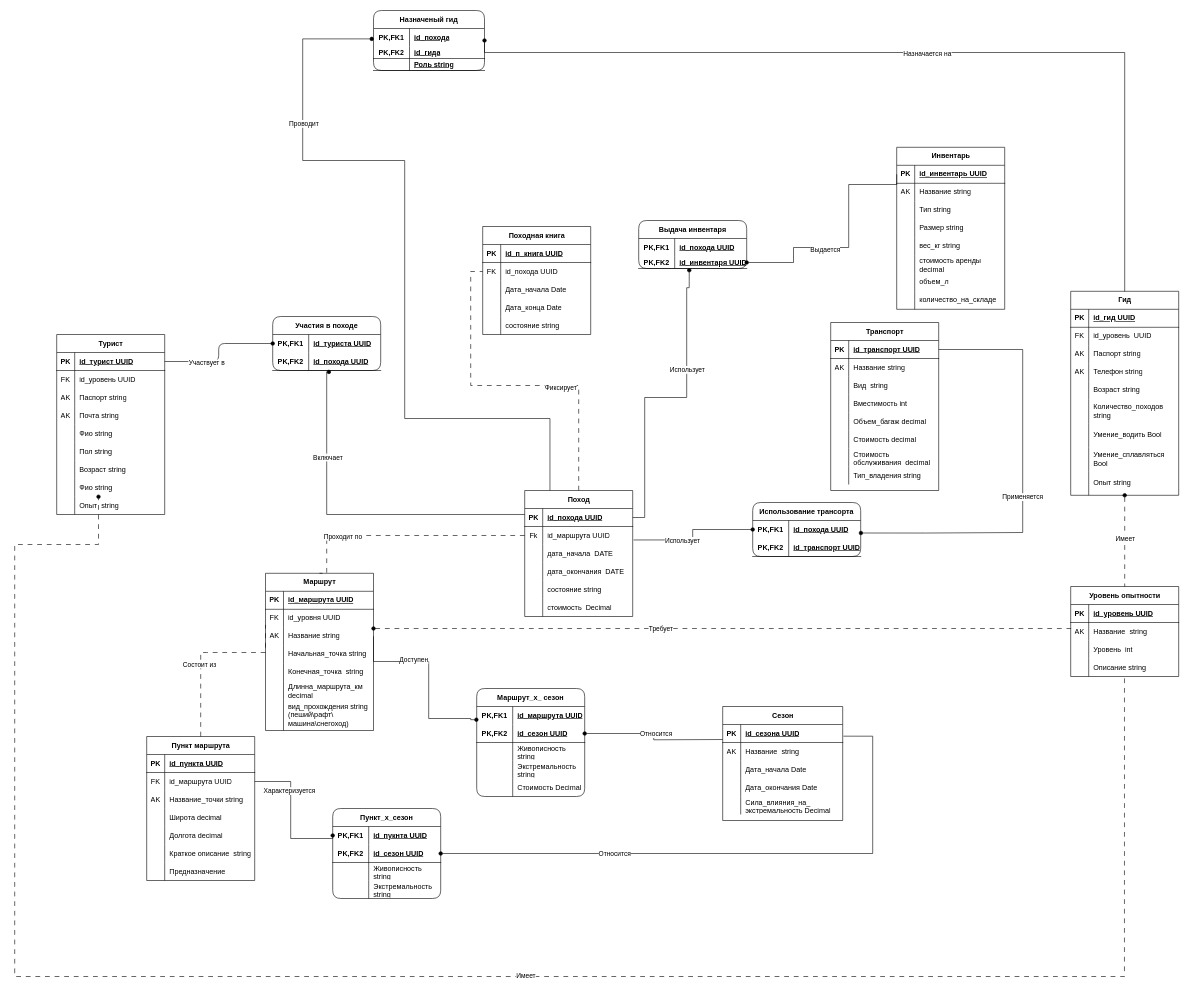
The draw.io diagram FA.drawio in Azilagor/db, before the edit. Source tidied: cells renumbered, new cells numbered last; positions are measured from the earlier drawing's top-left corner, leaving out a move shared by most shapes. Both pictures are drawn from the tidied source at 60%, with x=0, y=0 at pixel (14, 10).
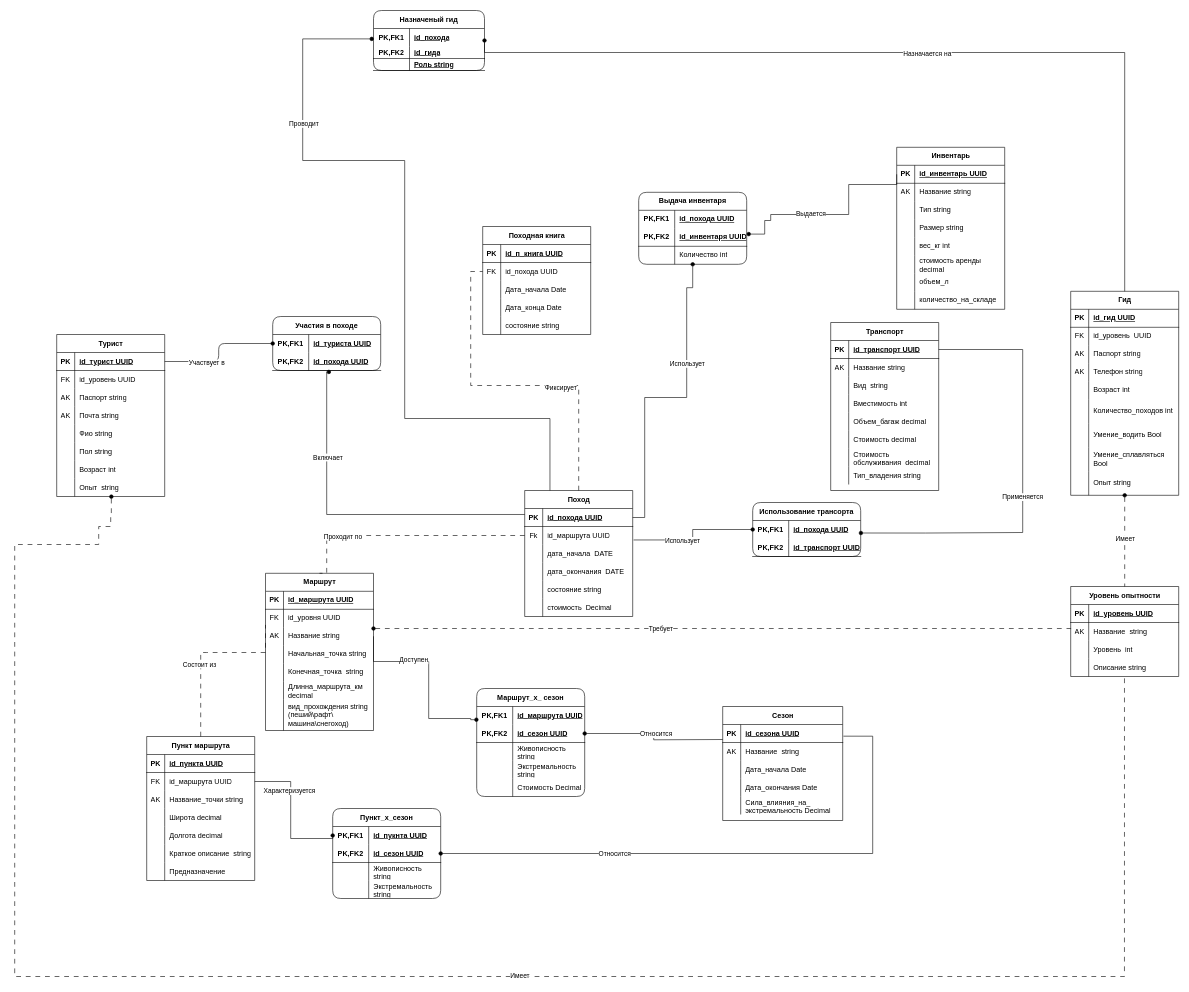
The same page after the edit.

Unchanged cells that the change refers to:
```xml
<mxCell id="3" style="shape=tableRow;horizontal=0;startSize=0;swimlaneHead=0;swimlaneBody=0;fillColor=none;points=[[0,0.5],[1,0.5]];portConstraint=eastwest;top=0;left=0;right=0;bottom=1;" parent="2" vertex="1">
  <mxGeometry y="30" width="180" height="30" as="geometry" />
</mxCell>
<mxCell id="40" style="shape=tableRow;horizontal=0;startSize=0;swimlaneHead=0;swimlaneBody=0;fillColor=none;top=0;left=0;right=0;bottom=0;" parent="21" vertex="1">
  <mxGeometry y="210" width="180" height="30" as="geometry" />
</mxCell>
<mxCell id="59" style="shape=tableRow;horizontal=0;startSize=0;swimlaneHead=0;swimlaneBody=0;fillColor=none;points=[[0,0.5],[1,0.5]];portConstraint=eastwest;top=0;left=0;right=0;bottom=0;" parent="49" vertex="1">
  <mxGeometry y="120" width="180" height="30" as="geometry" />
</mxCell>
<mxCell id="151" style="shape=tableRow;horizontal=0;startSize=0;swimlaneHead=0;swimlaneBody=0;fillColor=none;top=0;left=0;right=0;bottom=0;" parent="138" vertex="1">
  <mxGeometry y="150" width="180" height="30" as="geometry" />
</mxCell>
<mxCell id="154" style="shape=tableRow;horizontal=0;startSize=0;swimlaneHead=0;swimlaneBody=0;fillColor=none;top=0;left=0;right=0;bottom=0;" parent="138" vertex="1">
  <mxGeometry y="180" width="180" height="40" as="geometry" />
</mxCell>
<mxCell id="192" style="shape=tableRow;horizontal=0;startSize=0;swimlaneHead=0;swimlaneBody=0;fillColor=none;points=[[0,0.5],[1,0.5]];portConstraint=eastwest;top=0;left=0;right=0;bottom=1;" parent="191" vertex="1">
  <mxGeometry y="30" width="180" height="30" as="geometry" />
</mxCell>
<mxCell id="204" style="shape=tableRow;horizontal=0;startSize=0;swimlaneHead=0;swimlaneBody=0;fillColor=none;top=0;left=0;right=0;bottom=0;" parent="191" vertex="1">
  <mxGeometry y="150" width="180" height="30" as="geometry" />
</mxCell>
```

What changed in the source:
```diff
@@
     <mxCell id="21" value="Турист" style="shape=table;startSize=30;childLayout=tableLayout;rowLines=0;fontStyle=1;align=center;html=1;rounded=0;" parent="1" vertex="1">
-      <mxGeometry x="70" y="540" width="180" height="300" as="geometry" />
+      <mxGeometry x="70" y="540" width="180" height="270" as="geometry" />
     </mxCell>
@@
-    <mxCell id="42" value="Возраст string" style="shape=partialRectangle;fillColor=none;top=0;left=0;bottom=0;right=0;align=left;spacingLeft=6;overflow=hidden;whiteSpace=wrap;html=1;" parent="40" vertex="1">
+    <mxCell id="42" value="Возраст int" style="shape=partialRectangle;fillColor=none;top=0;left=0;bottom=0;right=0;align=left;spacingLeft=6;overflow=hidden;whiteSpace=wrap;html=1;" parent="40" vertex="1">
       <mxGeometry x="30" width="150" height="30" as="geometry" />
     </mxCell>
-    <mxCell id="43" style="shape=tableRow;horizontal=0;startSize=0;swimlaneHead=0;swimlaneBody=0;fillColor=none;points=[[0,0.5],[1,0.5]];portConstraint=eastwest;top=0;left=0;right=0;bottom=0;" parent="21" vertex="1">
-      <mxGeometry y="240" width="180" height="30" as="geometry" />
-    </mxCell>
-    <mxCell id="44" style="shape=partialRectangle;fillColor=none;top=0;left=0;bottom=0;right=0;overflow=hidden;whiteSpace=wrap;html=1;" parent="43" vertex="1">
-      <mxGeometry width="30" height="30" as="geometry" />
-    </mxCell>
-    <mxCell id="45" value="Фио string" style="shape=partialRectangle;fillColor=none;top=0;left=0;bottom=0;right=0;align=left;spacingLeft=6;overflow=hidden;whiteSpace=wrap;html=1;" parent="43" vertex="1">
-      <mxGeometry x="30" width="150" height="30" as="geometry" />
-    </mxCell>
     <mxCell id="46" style="shape=tableRow;horizontal=0;startSize=0;swimlaneHead=0;swimlaneBody=0;fillColor=none;points=[[0,0.5],[1,0.5]];portConstraint=eastwest;top=0;left=0;right=0;bottom=0;" parent="21" vertex="1">
-      <mxGeometry y="270" width="180" height="30" as="geometry" />
+      <mxGeometry y="240" width="180" height="30" as="geometry" />
     </mxCell>
@@
-    <mxCell id="153" value="Возраст string" style="shape=partialRectangle;fillColor=none;top=0;left=0;bottom=0;right=0;align=left;spacingLeft=6;overflow=hidden;whiteSpace=wrap;html=1;" parent="151" vertex="1">
+    <mxCell id="153" value="Возраст int" style="shape=partialRectangle;fillColor=none;top=0;left=0;bottom=0;right=0;align=left;spacingLeft=6;overflow=hidden;whiteSpace=wrap;html=1;" parent="151" vertex="1">
       <mxGeometry x="30" width="150" height="30" as="geometry" />
     </mxCell>
@@
-    <mxCell id="156" value="Количество_походов string" style="shape=partialRectangle;fillColor=none;top=0;left=0;bottom=0;right=0;align=left;spacingLeft=6;overflow=hidden;whiteSpace=wrap;html=1;" parent="154" vertex="1">
+    <mxCell id="156" value="Количество_походов int" style="shape=partialRectangle;fillColor=none;top=0;left=0;bottom=0;right=0;align=left;spacingLeft=6;overflow=hidden;whiteSpace=wrap;html=1;" parent="154" vertex="1">
       <mxGeometry x="30" width="150" height="40" as="geometry" />
     </mxCell>
@@
-    <mxCell id="206" value="вес_кг string" style="shape=partialRectangle;fillColor=none;top=0;left=0;bottom=0;right=0;align=left;spacingLeft=6;overflow=hidden;whiteSpace=wrap;html=1;" parent="204" vertex="1">
+    <mxCell id="206" value="вес_кг int" style="shape=partialRectangle;fillColor=none;top=0;left=0;bottom=0;right=0;align=left;spacingLeft=6;overflow=hidden;whiteSpace=wrap;html=1;" parent="204" vertex="1">
       <mxGeometry x="30" width="150" height="30" as="geometry" />
     </mxCell>
@@
-    <mxCell id="222" style="edgeStyle=orthogonalEdgeStyle;rounded=0;jettySize=auto;html=1;endArrow=oval;endFill=1;dashed=1;dashPattern=8 8;entryX=0.387;entryY=1.012;entryDx=0;entryDy=0;entryPerimeter=0;exitX=0.498;exitY=1.103;exitDx=0;exitDy=0;exitPerimeter=0;" parent="1" edge="1" source="59" target="43">
+    <mxCell id="222" style="edgeStyle=orthogonalEdgeStyle;rounded=0;jettySize=auto;html=1;endArrow=oval;endFill=1;dashed=1;dashPattern=8 8;exitX=0.498;exitY=1.103;exitDx=0;exitDy=0;exitPerimeter=0;entryX=0.506;entryY=1.008;entryDx=0;entryDy=0;entryPerimeter=0;" parent="1" edge="1" source="59" target="46">
       <mxGeometry relative="1" as="geometry">
         <Array as="points">
           <mxPoint x="1850" y="1610" />
           <mxPoint y="1610" />
           <mxPoint y="890" />
           <mxPoint x="140" y="890" />
+          <mxPoint x="140" y="860" />
+          <mxPoint x="160" y="860" />
+          <mxPoint x="160" y="843" />
+          <mxPoint x="161" y="843" />
         </Array>
       </mxGeometry>
     </mxCell>
@@
-    <mxCell id="230" style="edgeStyle=orthogonalEdgeStyle;rounded=0;jettySize=auto;html=1;entryX=1;entryY=0.5;entryDx=0;entryDy=0;endArrow=none;endFill=0;startArrow=oval;startFill=1;exitX=0.468;exitY=1.145;exitDx=0;exitDy=0;exitPerimeter=0;" parent="1" edge="1" source="263" target="3">
+    <mxCell id="230" style="edgeStyle=orthogonalEdgeStyle;rounded=0;jettySize=auto;html=1;entryX=1;entryY=0.5;entryDx=0;entryDy=0;endArrow=none;endFill=0;startArrow=oval;startFill=1;exitX=0.5;exitY=1;exitDx=0;exitDy=0;" parent="1" edge="1" source="259" target="3">
       <mxGeometry relative="1" as="geometry">
         <Array as="points">
-          <mxPoint x="1124" y="462" />
+          <mxPoint x="1130" y="462" />
           <mxPoint x="1120" y="462" />
           <mxPoint x="1120" y="645" />
           <mxPoint x="1050" y="645" />
           <mxPoint x="1050" y="845" />
         </Array>
       </mxGeometry>
     </mxCell>
@@
-    <mxCell id="246" style="edgeStyle=orthogonalEdgeStyle;rounded=0;jettySize=auto;html=1;startArrow=none;startFill=0;endArrow=oval;endFill=1;exitX=0;exitY=0.5;exitDx=0;exitDy=0;entryX=1;entryY=0.5;entryDx=0;entryDy=0;" parent="1" edge="1" source="192" target="263">
+    <mxCell id="246" style="edgeStyle=orthogonalEdgeStyle;rounded=0;jettySize=auto;html=1;startArrow=none;startFill=0;endArrow=oval;endFill=1;exitX=0;exitY=0.5;exitDx=0;exitDy=0;entryX=1.019;entryY=0.322;entryDx=0;entryDy=0;entryPerimeter=0;" parent="1" edge="1" source="192" target="312">
       <mxGeometry relative="1" as="geometry">
         <Array as="points">
+          <mxPoint x="1470" y="290" />
           <mxPoint x="1390" y="290" />
-          <mxPoint x="1390" y="395" />
-          <mxPoint x="1298" y="395" />
-          <mxPoint x="1298" y="420" />
+          <mxPoint x="1390" y="340" />
+          <mxPoint x="1260" y="340" />
+          <mxPoint x="1260" y="350" />
+          <mxPoint x="1250" y="350" />
+          <mxPoint x="1250" y="373" />
         </Array>
       </mxGeometry>
     </mxCell>
     <mxCell id="247" value="Выдается" style="edgeLabel;html=1;align=center;verticalAlign=middle;" parent="246" vertex="1">
-      <mxGeometry x="0.22" y="3" relative="1" as="geometry" />
+      <mxGeometry x="0.22" y="3" relative="1" as="geometry">
+        <mxPoint y="-5" as="offset" />
+      </mxGeometry>
     </mxCell>
@@
-    <mxCell id="259" value="Выдача инвентаря" style="shape=table;startSize=30;childLayout=tableLayout;rowLines=0;fontStyle=1;align=center;html=1;whiteSpace=wrap;rounded=1;" parent="1" vertex="1">
-      <mxGeometry x="1040" y="350" width="180" height="80" as="geometry" />
-    </mxCell>
-    <mxCell id="260" style="shape=tableRow;horizontal=0;startSize=0;swimlaneHead=0;swimlaneBody=0;fillColor=none;top=0;left=0;right=0;bottom=0;html=1;" parent="259" vertex="1">
-      <mxGeometry y="30" width="180" height="30" as="geometry" />
-    </mxCell>
-    <mxCell id="261" value="PK,FK1" style="shape=partialRectangle;fillColor=none;top=0;left=0;bottom=0;right=0;fontStyle=1;overflow=hidden;html=1;whiteSpace=wrap;" parent="260" vertex="1">
-      <mxGeometry width="60" height="30" as="geometry" />
-    </mxCell>
-    <mxCell id="262" value="id_похода&amp;nbsp;UUID" style="shape=partialRectangle;fillColor=none;top=0;left=0;bottom=0;right=0;align=left;spacingLeft=6;fontStyle=5;overflow=hidden;html=1;whiteSpace=wrap;" parent="260" vertex="1">
-      <mxGeometry x="60" width="120" height="30" as="geometry" />
-    </mxCell>
-    <mxCell id="263" style="shape=tableRow;horizontal=0;startSize=0;swimlaneHead=0;swimlaneBody=0;fillColor=none;points=[[0,0.5],[1,0.5]];portConstraint=eastwest;top=0;left=0;right=0;bottom=1;html=1;" parent="259" vertex="1">
-      <mxGeometry y="60" width="180" height="20" as="geometry" />
-    </mxCell>
-    <mxCell id="264" value="PK,FK2" style="shape=partialRectangle;fillColor=none;top=0;left=0;bottom=0;right=0;fontStyle=1;overflow=hidden;html=1;whiteSpace=wrap;" parent="263" vertex="1">
-      <mxGeometry width="60" height="20" as="geometry" />
-    </mxCell>
-    <mxCell id="265" value="id_инвентаря&amp;nbsp;UUID" style="shape=partialRectangle;fillColor=none;top=0;left=0;bottom=0;right=0;align=left;spacingLeft=6;fontStyle=5;overflow=hidden;html=1;whiteSpace=wrap;" parent="263" vertex="1">
-      <mxGeometry x="60" width="120" height="20" as="geometry" />
-    </mxCell>
@@
+    <mxCell id="259" value="Выдача инвентаря" style="shape=table;startSize=30;childLayout=tableLayout;rowLines=0;fontStyle=1;align=center;html=1;whiteSpace=wrap;rounded=1;" parent="1" vertex="1">
+      <mxGeometry x="1040" y="303" width="180" height="120" as="geometry" />
+    </mxCell>
+    <mxCell id="260" style="shape=tableRow;horizontal=0;startSize=0;swimlaneHead=0;swimlaneBody=0;fillColor=none;top=0;left=0;right=0;bottom=0;html=1;" parent="259" vertex="1">
+      <mxGeometry y="30" width="180" height="30" as="geometry" />
+    </mxCell>
+    <mxCell id="261" value="PK,FK1" style="shape=partialRectangle;fillColor=none;top=0;left=0;bottom=0;right=0;fontStyle=1;overflow=hidden;html=1;whiteSpace=wrap;" parent="260" vertex="1">
+      <mxGeometry width="60" height="30" as="geometry" />
+    </mxCell>
+    <mxCell id="262" value="id_похода&amp;nbsp;UUID" style="shape=partialRectangle;fillColor=none;top=0;left=0;bottom=0;right=0;align=left;spacingLeft=6;fontStyle=5;overflow=hidden;html=1;whiteSpace=wrap;" parent="260" vertex="1">
+      <mxGeometry x="60" width="120" height="30" as="geometry" />
+    </mxCell>
+    <mxCell id="312" style="shape=tableRow;horizontal=0;startSize=0;swimlaneHead=0;swimlaneBody=0;fillColor=none;points=[[0,0.5],[1,0.5]];portConstraint=eastwest;top=0;left=0;right=0;bottom=1;html=1;" parent="259" vertex="1">
+      <mxGeometry y="60" width="180" height="30" as="geometry" />
+    </mxCell>
+    <mxCell id="264" value="PK,FK2" style="shape=partialRectangle;fillColor=none;top=0;left=0;bottom=0;right=0;fontStyle=1;overflow=hidden;html=1;whiteSpace=wrap;" parent="312" vertex="1">
+      <mxGeometry width="60" height="30" as="geometry" />
+    </mxCell>
+    <mxCell id="265" value="id_инвентаря&amp;nbsp;UUID" style="shape=partialRectangle;fillColor=none;top=0;left=0;bottom=0;right=0;align=left;spacingLeft=6;fontStyle=5;overflow=hidden;html=1;whiteSpace=wrap;" parent="312" vertex="1">
+      <mxGeometry x="60" width="120" height="30" as="geometry" />
+    </mxCell>
+    <mxCell id="313" style="shape=tableRow;horizontal=0;startSize=0;swimlaneHead=0;swimlaneBody=0;fillColor=none;top=0;left=0;right=0;bottom=0;html=1;" parent="259" vertex="1">
+      <mxGeometry y="90" width="180" height="30" as="geometry" />
+    </mxCell>
+    <mxCell id="314" style="shape=partialRectangle;fillColor=none;top=0;left=0;bottom=0;right=0;overflow=hidden;html=1;whiteSpace=wrap;" parent="313" vertex="1">
+      <mxGeometry width="60" height="30" as="geometry" />
+    </mxCell>
+    <mxCell id="315" value="Количество int" style="shape=partialRectangle;fillColor=none;top=0;left=0;bottom=0;right=0;align=left;spacingLeft=6;overflow=hidden;html=1;whiteSpace=wrap;" parent="313" vertex="1">
+      <mxGeometry x="60" width="120" height="30" as="geometry" />
+    </mxCell>
```
